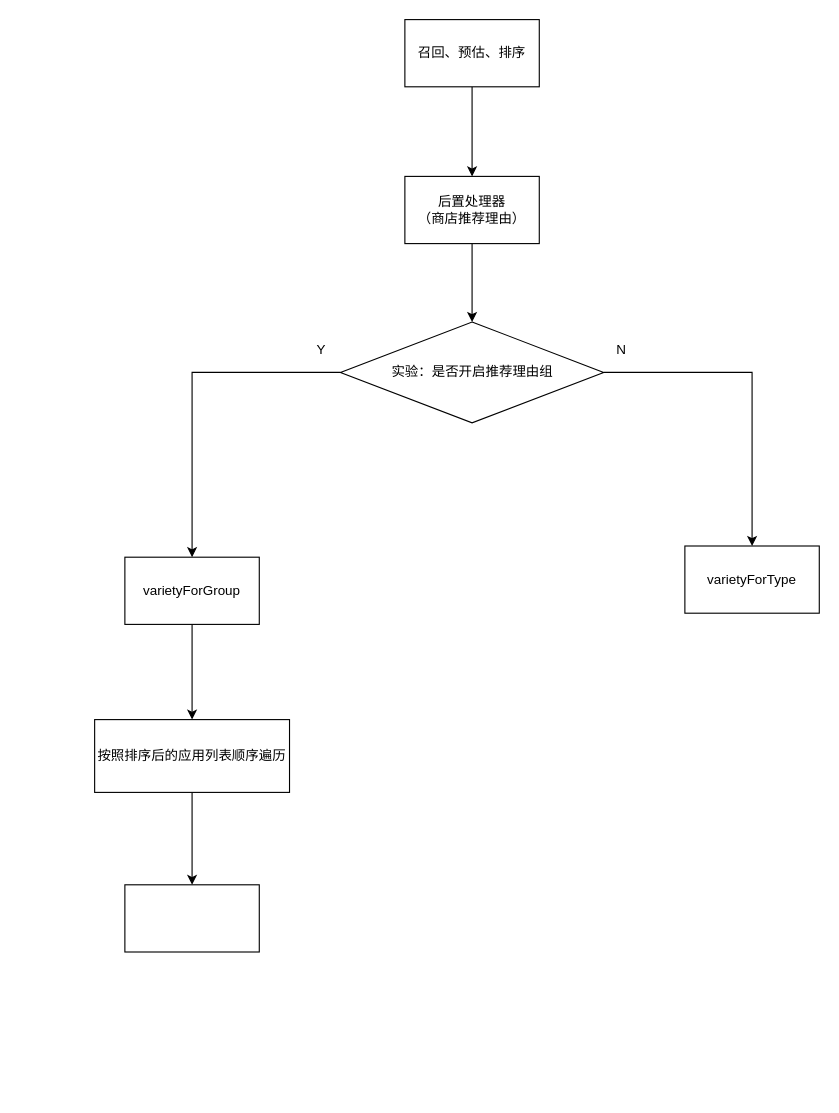
Earlier version of the draw.io diagram ranker打散.drawio (ETHAN0430/draw.io.repo). Source tidied: cells renumbered, new cells numbered last; positions are measured from the earlier drawing's top-left corner, leaving out a move shared by most shapes. Both pictures are drawn from the tidied source at 112%, with x=0, y=0 at pixel (94, 19).
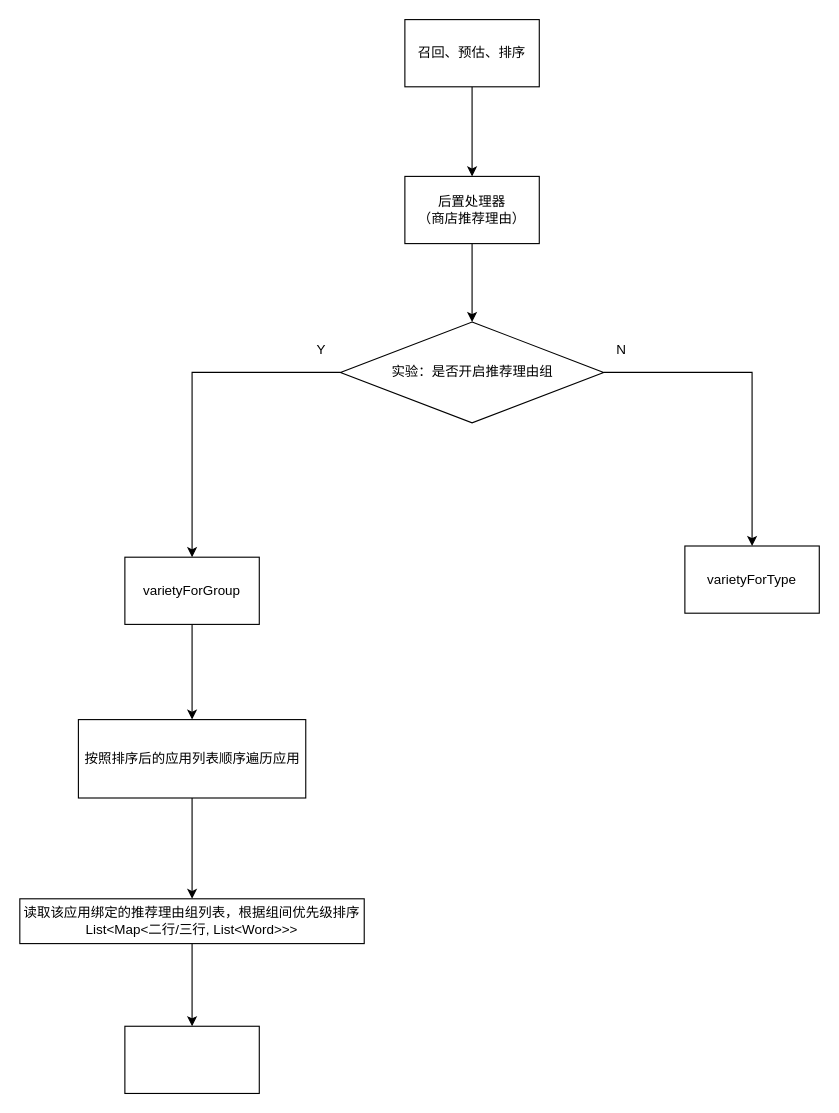
The same diagram, later.

The edit, as a diff of the source:
```diff
@@
 <mxGraphModel>
   <root>
     <mxCell id="0" />
     <mxCell id="1" parent="0" />
     <mxCell id="2" style="edgeStyle=orthogonalEdgeStyle;rounded=0;jettySize=auto;html=1;" parent="1" edge="1" source="3" target="5">
       <mxGeometry relative="1" as="geometry" />
     </mxCell>
     <mxCell id="3" value="召回、预估、排序" style="whiteSpace=wrap;html=1;" parent="1" vertex="1">
       <mxGeometry x="277" width="120" height="60" as="geometry" />
     </mxCell>
     <mxCell id="4" style="edgeStyle=orthogonalEdgeStyle;rounded=0;jettySize=auto;html=1;" parent="1" edge="1" source="5" target="8">
       <mxGeometry relative="1" as="geometry" />
     </mxCell>
     <mxCell id="5" value="后置处理器&lt;br&gt;（商店推荐理由）" style="whiteSpace=wrap;html=1;" parent="1" vertex="1">
       <mxGeometry x="277" y="140" width="120" height="60" as="geometry" />
     </mxCell>
     <mxCell id="6" style="edgeStyle=orthogonalEdgeStyle;rounded=0;jettySize=auto;html=1;" parent="1" edge="1" source="8" target="10">
       <mxGeometry relative="1" as="geometry" />
     </mxCell>
     <mxCell id="7" style="edgeStyle=orthogonalEdgeStyle;rounded=0;jettySize=auto;html=1;" parent="1" edge="1" source="8" target="11">
       <mxGeometry relative="1" as="geometry" />
     </mxCell>
     <mxCell id="8" value="实验：是否开启推荐理由组" style="rhombus;whiteSpace=wrap;html=1;" parent="1" vertex="1">
       <mxGeometry x="219.5" y="270" width="235" height="90" as="geometry" />
     </mxCell>
     <mxCell id="9" style="edgeStyle=orthogonalEdgeStyle;rounded=0;jettySize=auto;html=1;" parent="1" edge="1" source="10" target="15">
       <mxGeometry relative="1" as="geometry" />
     </mxCell>
     <mxCell id="10" value="varietyForGroup" style="whiteSpace=wrap;html=1;" parent="1" vertex="1">
       <mxGeometry x="27" y="480" width="120" height="60" as="geometry" />
     </mxCell>
     <mxCell id="11" value="varietyForType" style="whiteSpace=wrap;html=1;" parent="1" vertex="1">
       <mxGeometry x="527" y="470" width="120" height="60" as="geometry" />
     </mxCell>
     <mxCell id="12" value="Y" style="text;html=1;align=center;verticalAlign=middle;strokeColor=none;fillColor=none;" parent="1" vertex="1">
       <mxGeometry x="187" y="280" width="30" height="30" as="geometry" />
     </mxCell>
     <mxCell id="13" value="N" style="text;html=1;align=center;verticalAlign=middle;strokeColor=none;fillColor=none;" parent="1" vertex="1">
       <mxGeometry x="454.5" y="280" width="30" height="30" as="geometry" />
     </mxCell>
     <mxCell id="14" style="edgeStyle=orthogonalEdgeStyle;rounded=0;jettySize=auto;html=1;" parent="1" edge="1" source="15" target="16">
       <mxGeometry relative="1" as="geometry" />
     </mxCell>
-    <mxCell id="15" value="按照排序后的应用列表顺序遍历" style="whiteSpace=wrap;html=1;" parent="1" vertex="1">
-      <mxGeometry y="625" width="174" height="65" as="geometry" />
+    <mxCell id="15" value="按照排序后的应用列表顺序遍历应用" style="whiteSpace=wrap;html=1;" parent="1" vertex="1">
+      <mxGeometry x="-14.5" y="625" width="203" height="70" as="geometry" />
     </mxCell>
+    <mxCell id="17" style="edgeStyle=orthogonalEdgeStyle;rounded=0;jettySize=auto;html=1;" parent="1" edge="1" source="16" target="18">
+      <mxGeometry relative="1" as="geometry" />
+    </mxCell>
-    <mxCell id="16" style="whiteSpace=wrap;html=1;" parent="1" vertex="1">
-      <mxGeometry x="27" y="772.5" width="120" height="60" as="geometry" />
+    <mxCell id="16" value="读取该应用绑定的推荐理由组列表，根据组间优先级排序&lt;br&gt;List&amp;lt;Map&amp;lt;二行/三行, List&amp;lt;Word&amp;gt;&amp;gt;&amp;gt;" style="whiteSpace=wrap;html=1;" parent="1" vertex="1">
+      <mxGeometry x="-66.8" y="785" width="307.5" height="40" as="geometry" />
     </mxCell>
+    <mxCell id="18" style="whiteSpace=wrap;html=1;" parent="1" vertex="1">
+      <mxGeometry x="27" y="898.8" width="120" height="60" as="geometry" />
+    </mxCell>
   </root>
 </mxGraphModel>
```
